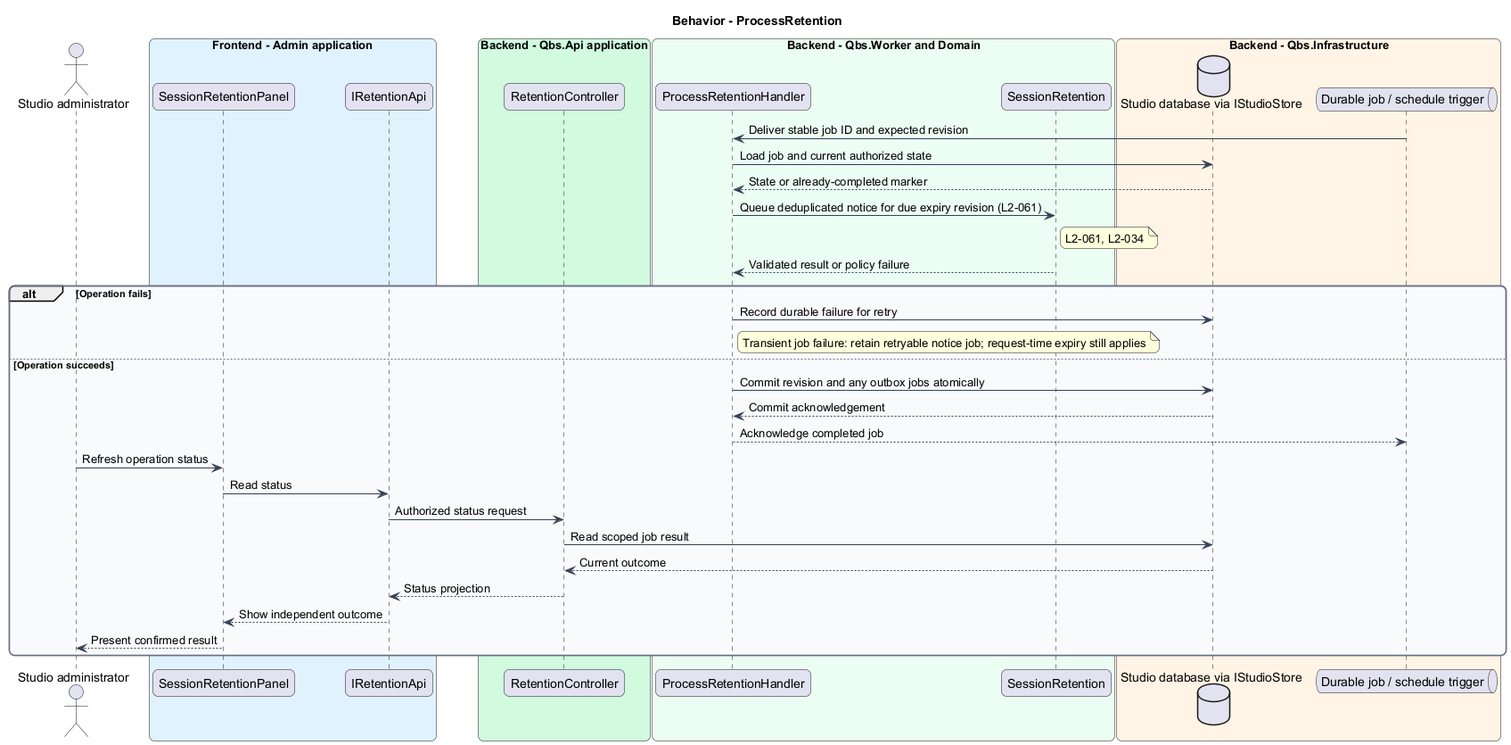
QuinntyneBrown/quinntyne-brown-studio keeps this PlantUML diagram as docs/detailed-designs/session-photos/manage-photo-retention/diagrams/sequence-process-retention.png. Above is the earlier version.
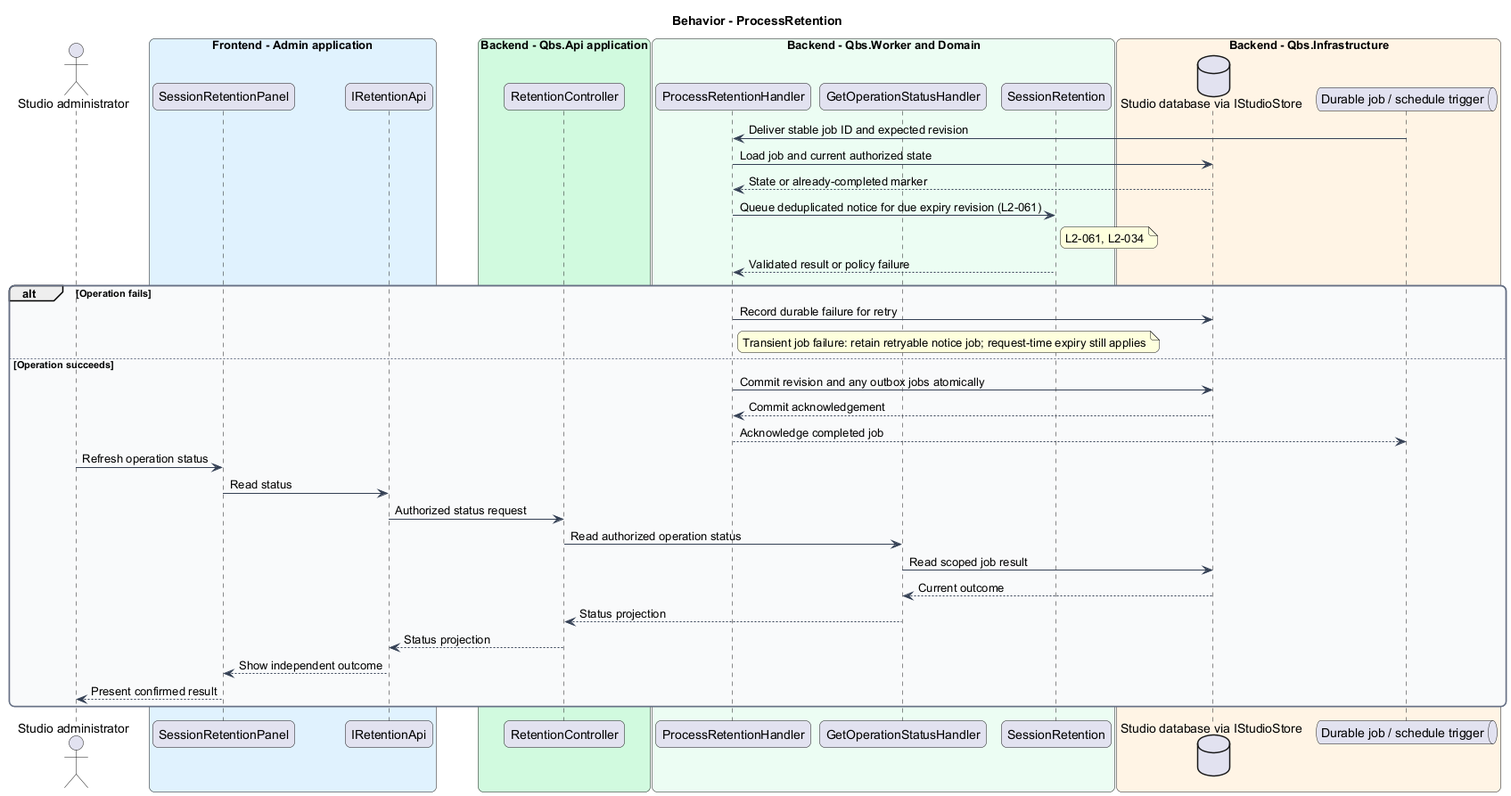
Above is the later version.

The edit, as a diff of the source:
```diff
@@ -24,6 +24,7 @@
 end box
 box "Backend - Qbs.Worker and Domain" #ECFDF3
  participant "ProcessRetentionHandler" as handler
+ participant "GetOperationStatusHandler" as status
  participant "SessionRetention" as entity
 end box
 box "Backend - Qbs.Infrastructure" #FFF4E5
@@ -50,8 +51,10 @@
 actor -> page : Refresh operation status
 page -> client : Read status
 client -> controller : Authorized status request
-controller -> db : Read scoped job result
-db --> controller : Current outcome
+controller -> status : Read authorized operation status
+status -> db : Read scoped job result
+db --> status : Current outcome
+status --> controller : Status projection
 controller --> client : Status projection
 client --> page : Show independent outcome
 page --> actor : Present confirmed result
```
